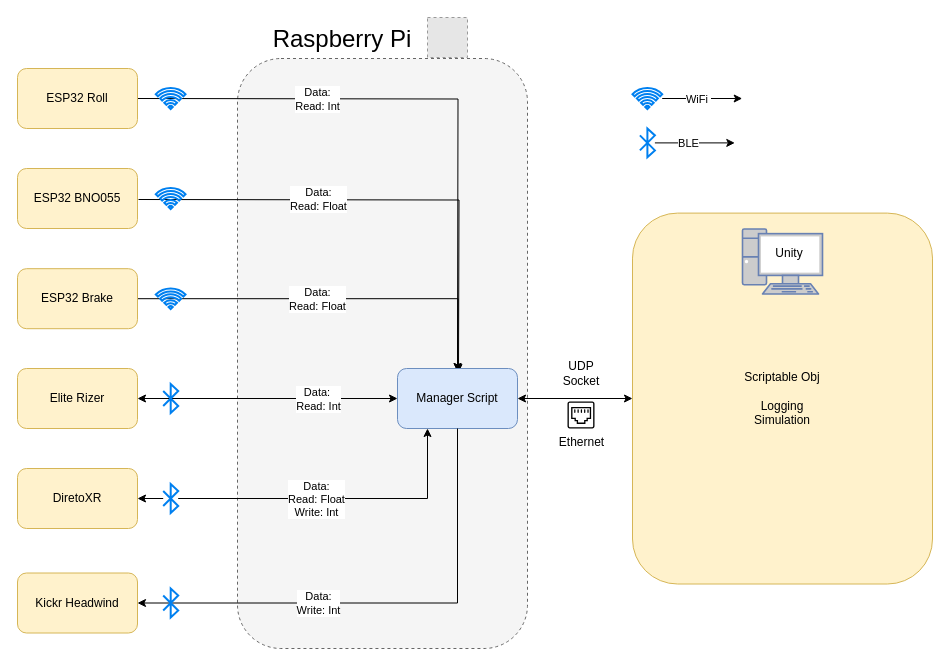
Earlier version of the draw.io diagram Architecture_BicycleSimulator.drawio (DaveBsns/SimulatorRaspberry). Source tidied: cells renumbered, new cells numbered last; positions are measured from the earlier drawing's top-left corner, leaving out a move shared by most shapes. Both pictures are drawn from the tidied source at 100%, with x=0, y=0 at pixel (17, 17). Pictures stored in the file or linked from it are replaced by grey dashed boxes.
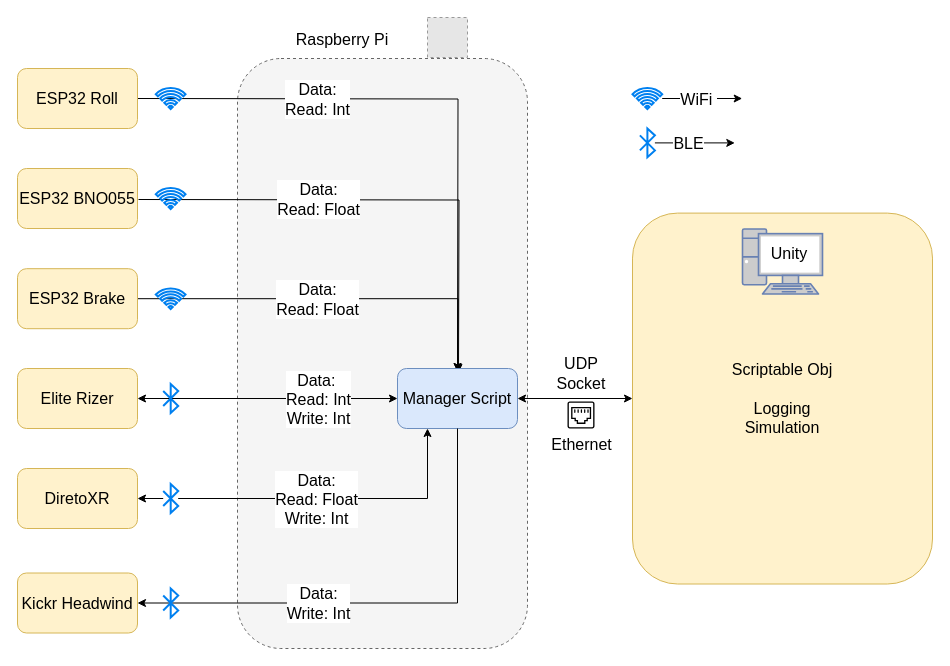
Above is the later version.

The edit, as a diff of the source:
```diff
@@
-    <mxCell id="2" style="rounded=1;whiteSpace=wrap;html=1;align=left;dashed=1;fillColor=#f5f5f5;fontColor=#333333;strokeColor=#666666;" parent="1" vertex="1">
+    <mxCell id="2" style="rounded=1;whiteSpace=wrap;html=1;align=left;dashed=1;fillColor=#f5f5f5;fontColor=#333333;strokeColor=#666666;fontSize=16;" parent="1" vertex="1">
       <mxGeometry x="220" y="41" width="290" height="590" as="geometry" />
     </mxCell>
-    <mxCell id="3" style="edgeStyle=orthogonalEdgeStyle;rounded=0;jettySize=auto;html=1;exitX=1;exitY=0.5;exitDx=0;exitDy=0;" parent="1" edge="1" source="5">
+    <mxCell id="3" style="edgeStyle=orthogonalEdgeStyle;rounded=0;jettySize=auto;html=1;exitX=1;exitY=0.5;exitDx=0;exitDy=0;fontSize=16;" parent="1" edge="1" source="5">
       <mxGeometry relative="1" as="geometry">
         <mxPoint x="440" y="354" as="targetPoint" />
       </mxGeometry>
     </mxCell>
-    <mxCell id="4" value="Data:&lt;br&gt;Read: Float" style="edgeLabel;html=1;align=center;verticalAlign=middle;" parent="3" vertex="1">
+    <mxCell id="4" value="Data:&lt;br style=&quot;font-size: 16px;&quot;&gt;Read: Float" style="edgeLabel;html=1;align=center;verticalAlign=middle;fontSize=16;" parent="3" vertex="1">
       <mxGeometry x="-0.45" y="2" relative="1" as="geometry">
         <mxPoint x="71" y="2" as="offset" />
       </mxGeometry>
     </mxCell>
-    <mxCell id="5" value="ESP32 Brake" style="rounded=1;whiteSpace=wrap;html=1;fillColor=#fff2cc;strokeColor=#d6b656;" parent="1" vertex="1">
+    <mxCell id="5" value="ESP32 Brake" style="rounded=1;whiteSpace=wrap;html=1;fillColor=#fff2cc;strokeColor=#d6b656;fontSize=16;" parent="1" vertex="1">
       <mxGeometry y="251.2" width="120" height="60" as="geometry" />
     </mxCell>
-    <mxCell id="6" style="edgeStyle=orthogonalEdgeStyle;rounded=0;orthogonalLoop=1;jettySize=auto;html=1;exitX=1;exitY=0.5;exitDx=0;exitDy=0;entryX=0.5;entryY=0;entryDx=0;entryDy=0;" parent="1" edge="1">
+    <mxCell id="6" style="edgeStyle=orthogonalEdgeStyle;rounded=0;orthogonalLoop=1;jettySize=auto;html=1;exitX=1;exitY=0.5;exitDx=0;exitDy=0;entryX=0.5;entryY=0;entryDx=0;entryDy=0;fontSize=16;" parent="1" edge="1">
       <mxGeometry relative="1" as="geometry">
         <mxPoint x="121" y="182" as="sourcePoint" />
         <mxPoint x="441" y="355" as="targetPoint" />
       </mxGeometry>
     </mxCell>
-    <mxCell id="7" value="Data:&lt;br&gt;Read: Float" style="edgeLabel;html=1;align=center;verticalAlign=middle;" parent="6" vertex="1">
+    <mxCell id="7" value="Data:&lt;br style=&quot;font-size: 16px;&quot;&gt;Read: Float" style="edgeLabel;html=1;align=center;verticalAlign=middle;fontSize=16;" parent="6" vertex="1">
       <mxGeometry x="-0.28" y="-2" relative="1" as="geometry">
         <mxPoint x="3" y="-3" as="offset" />
       </mxGeometry>
     </mxCell>
-    <mxCell id="8" value="ESP32 BNO055" style="rounded=1;whiteSpace=wrap;html=1;fillColor=#fff2cc;strokeColor=#d6b656;" parent="1" vertex="1">
+    <mxCell id="8" value="ESP32 BNO055" style="rounded=1;whiteSpace=wrap;html=1;fillColor=#fff2cc;strokeColor=#d6b656;fontSize=16;" parent="1" vertex="1">
       <mxGeometry y="151" width="120" height="60" as="geometry" />
     </mxCell>
-    <mxCell id="9" style="edgeStyle=orthogonalEdgeStyle;rounded=0;jettySize=auto;html=1;exitX=1;exitY=0.5;exitDx=0;exitDy=0;entryX=0;entryY=0.5;entryDx=0;entryDy=0;startArrow=classic;startFill=1;" parent="1" edge="1" source="11" target="19">
+    <mxCell id="9" style="edgeStyle=orthogonalEdgeStyle;rounded=0;jettySize=auto;html=1;exitX=1;exitY=0.5;exitDx=0;exitDy=0;entryX=0;entryY=0.5;entryDx=0;entryDy=0;startArrow=classic;startFill=1;fontSize=16;" parent="1" edge="1" source="11" target="19">
       <mxGeometry relative="1" as="geometry" />
     </mxCell>
-    <mxCell id="10" value="Data:&amp;nbsp;&lt;br&gt;Read: Int" style="edgeLabel;html=1;align=center;verticalAlign=middle;" parent="9" vertex="1">
+    <mxCell id="10" value="Data:&amp;nbsp;&lt;br style=&quot;font-size: 16px;&quot;&gt;Read: Int&lt;br style=&quot;font-size: 16px;&quot;&gt;Write: Int" style="edgeLabel;html=1;align=center;verticalAlign=middle;fontSize=16;" parent="9" vertex="1">
       <mxGeometry x="-0.14" y="-2" relative="1" as="geometry">
         <mxPoint x="68" y="-2" as="offset" />
       </mxGeometry>
     </mxCell>
-    <mxCell id="11" value="Elite Rizer" style="rounded=1;whiteSpace=wrap;html=1;fillColor=#fff2cc;strokeColor=#d6b656;" parent="1" vertex="1">
+    <mxCell id="11" value="Elite Rizer" style="rounded=1;whiteSpace=wrap;html=1;fillColor=#fff2cc;strokeColor=#d6b656;fontSize=16;" parent="1" vertex="1">
       <mxGeometry y="351" width="120" height="60" as="geometry" />
     </mxCell>
-    <mxCell id="12" style="html=1;verticalLabelPosition=bottom;align=center;labelBackgroundColor=#ffffff;verticalAlign=top;strokeWidth=2;strokeColor=#0080F0;shadow=0;dashed=0;shape=mxgraph.ios7.icons.bluetooth;" parent="1" vertex="1">
+    <mxCell id="12" style="html=1;verticalLabelPosition=bottom;align=center;labelBackgroundColor=#ffffff;verticalAlign=top;strokeWidth=2;strokeColor=#0080F0;shadow=0;dashed=0;shape=mxgraph.ios7.icons.bluetooth;fontSize=16;" parent="1" vertex="1">
       <mxGeometry x="145.7" y="366.6" width="15" height="28.8" as="geometry" />
     </mxCell>
-    <mxCell id="13" style="html=1;verticalLabelPosition=bottom;align=center;labelBackgroundColor=#ffffff;verticalAlign=top;strokeWidth=2;strokeColor=#0080F0;shadow=0;dashed=0;shape=mxgraph.ios7.icons.wifi;" parent="1" vertex="1">
+    <mxCell id="13" style="html=1;verticalLabelPosition=bottom;align=center;labelBackgroundColor=#ffffff;verticalAlign=top;strokeWidth=2;strokeColor=#0080F0;shadow=0;dashed=0;shape=mxgraph.ios7.icons.wifi;fontSize=16;" parent="1" vertex="1">
       <mxGeometry x="138.3" y="170.5" width="29.7" height="21" as="geometry" />
     </mxCell>
-    <mxCell id="14" value="DiretoXR" style="rounded=1;whiteSpace=wrap;html=1;fillColor=#fff2cc;strokeColor=#d6b656;" parent="1" vertex="1">
+    <mxCell id="14" value="DiretoXR" style="rounded=1;whiteSpace=wrap;html=1;fillColor=#fff2cc;strokeColor=#d6b656;fontSize=16;" parent="1" vertex="1">
       <mxGeometry y="451" width="120" height="60" as="geometry" />
     </mxCell>
-    <mxCell id="15" style="edgeStyle=orthogonalEdgeStyle;rounded=0;orthogonalLoop=1;jettySize=auto;html=1;exitX=1;exitY=0.5;exitDx=0;exitDy=0;" parent="1" edge="1">
+    <mxCell id="15" style="edgeStyle=orthogonalEdgeStyle;rounded=0;orthogonalLoop=1;jettySize=auto;html=1;exitX=1;exitY=0.5;exitDx=0;exitDy=0;fontSize=16;" parent="1" edge="1">
       <mxGeometry relative="1" as="geometry">
         <mxPoint x="120" y="81" as="sourcePoint" />
         <mxPoint x="440" y="354" as="targetPoint" />
       </mxGeometry>
     </mxCell>
-    <mxCell id="16" value="Data:&lt;br&gt;Read: Int" style="edgeLabel;html=1;align=center;verticalAlign=middle;" parent="15" vertex="1">
+    <mxCell id="16" value="Data:&lt;br style=&quot;font-size: 16px;&quot;&gt;Read: Int" style="edgeLabel;html=1;align=center;verticalAlign=middle;fontSize=16;" parent="15" vertex="1">
       <mxGeometry x="-0.54" y="2" relative="1" as="geometry">
         <mxPoint x="43" y="2" as="offset" />
       </mxGeometry>
     </mxCell>
-    <mxCell id="17" value="ESP32 Roll" style="rounded=1;whiteSpace=wrap;html=1;fillColor=#fff2cc;strokeColor=#d6b656;" parent="1" vertex="1">
+    <mxCell id="17" value="ESP32 Roll" style="rounded=1;whiteSpace=wrap;html=1;fillColor=#fff2cc;strokeColor=#d6b656;fontSize=16;" parent="1" vertex="1">
       <mxGeometry y="51" width="120" height="60" as="geometry" />
     </mxCell>
-    <mxCell id="18" style="edgeStyle=orthogonalEdgeStyle;rounded=0;jettySize=auto;html=1;exitX=1;exitY=0.5;exitDx=0;exitDy=0;startArrow=classic;startFill=1;" parent="1" edge="1" source="19" target="20">
+    <mxCell id="18" style="edgeStyle=orthogonalEdgeStyle;rounded=0;jettySize=auto;html=1;exitX=1;exitY=0.5;exitDx=0;exitDy=0;startArrow=classic;startFill=1;fontSize=16;" parent="1" edge="1" source="19" target="20">
       <mxGeometry relative="1" as="geometry" />
     </mxCell>
-    <mxCell id="19" value="Manager Script" style="rounded=1;whiteSpace=wrap;html=1;fillColor=#dae8fc;strokeColor=#6c8ebf;" parent="1" vertex="1">
+    <mxCell id="19" value="Manager Script" style="rounded=1;whiteSpace=wrap;html=1;fillColor=#dae8fc;strokeColor=#6c8ebf;fontSize=16;" parent="1" vertex="1">
       <mxGeometry x="380" y="351" width="120" height="60" as="geometry" />
     </mxCell>
-    <mxCell id="20" value="Scriptable Obj&lt;br&gt;&lt;br&gt;Logging&lt;br&gt;Simulation" style="rounded=1;whiteSpace=wrap;html=1;fillColor=#fff2cc;strokeColor=#d6b656;" parent="1" vertex="1">
+    <mxCell id="20" value="Scriptable Obj&lt;br style=&quot;font-size: 16px;&quot;&gt;&lt;br style=&quot;font-size: 16px;&quot;&gt;Logging&lt;br style=&quot;font-size: 16px;&quot;&gt;Simulation" style="rounded=1;whiteSpace=wrap;html=1;fillColor=#fff2cc;strokeColor=#d6b656;fontSize=16;" parent="1" vertex="1">
       <mxGeometry x="615" y="195.6" width="300" height="370.9" as="geometry" />
     </mxCell>
-    <mxCell id="21" style="fontColor=#0066CC;verticalAlign=top;verticalLabelPosition=bottom;labelPosition=center;align=center;html=1;fillColor=#CCCCCC;strokeColor=#6881B3;gradientColor=none;gradientDirection=north;strokeWidth=2;shape=mxgraph.networks.pc;" parent="1" vertex="1">
+    <mxCell id="21" style="fontColor=#0066CC;verticalAlign=top;verticalLabelPosition=bottom;labelPosition=center;align=center;html=1;fillColor=#CCCCCC;strokeColor=#6881B3;gradientColor=none;gradientDirection=north;strokeWidth=2;shape=mxgraph.networks.pc;fontSize=16;" parent="1" vertex="1">
       <mxGeometry x="725" y="211.5" width="80" height="65" as="geometry" />
     </mxCell>
-    <mxCell id="22" style="edgeStyle=orthogonalEdgeStyle;rounded=0;jettySize=auto;html=1;exitX=1;exitY=0.5;exitDx=0;exitDy=0;startArrow=classic;startFill=1;endArrow=none;endFill=0;entryX=0.5;entryY=1;entryDx=0;entryDy=0;" parent="1" edge="1" source="24" target="19">
+    <mxCell id="22" style="edgeStyle=orthogonalEdgeStyle;rounded=0;jettySize=auto;html=1;exitX=1;exitY=0.5;exitDx=0;exitDy=0;startArrow=classic;startFill=1;endArrow=none;endFill=0;entryX=0.5;entryY=1;entryDx=0;entryDy=0;fontSize=16;" parent="1" edge="1" source="24" target="19">
       <mxGeometry relative="1" as="geometry" />
     </mxCell>
-    <mxCell id="23" value="Data:&lt;br&gt;Write: Int" style="edgeLabel;html=1;align=center;verticalAlign=middle;" parent="22" vertex="1">
+    <mxCell id="23" value="Data:&lt;br style=&quot;font-size: 16px;&quot;&gt;Write: Int" style="edgeLabel;html=1;align=center;verticalAlign=middle;fontSize=16;" parent="22" vertex="1">
       <mxGeometry x="0.54" y="-4" relative="1" as="geometry">
         <mxPoint x="-144" y="61" as="offset" />
       </mxGeometry>
     </mxCell>
-    <mxCell id="24" value="Kickr Headwind" style="rounded=1;whiteSpace=wrap;html=1;fillColor=#fff2cc;strokeColor=#d6b656;" parent="1" vertex="1">
+    <mxCell id="24" value="Kickr Headwind" style="rounded=1;whiteSpace=wrap;html=1;fillColor=#fff2cc;strokeColor=#d6b656;fontSize=16;" parent="1" vertex="1">
       <mxGeometry y="555.5" width="120" height="60" as="geometry" />
     </mxCell>
-    <mxCell id="25" style="html=1;verticalLabelPosition=bottom;align=center;labelBackgroundColor=#ffffff;verticalAlign=top;strokeWidth=2;strokeColor=#0080F0;shadow=0;dashed=0;shape=mxgraph.ios7.icons.wifi;" parent="1" vertex="1">
+    <mxCell id="25" style="html=1;verticalLabelPosition=bottom;align=center;labelBackgroundColor=#ffffff;verticalAlign=top;strokeWidth=2;strokeColor=#0080F0;shadow=0;dashed=0;shape=mxgraph.ios7.icons.wifi;fontSize=16;" parent="1" vertex="1">
       <mxGeometry x="138.3" y="271" width="29.7" height="20.5" as="geometry" />
     </mxCell>
-    <mxCell id="26" style="fillColor=#E6E6E6;strokeColor=#999999;dashed=1;html=1;verticalAlign=top;verticalLabelPosition=bottom;labelBackgroundColor=#ffffff;" parent="1" vertex="1">
+    <mxCell id="26" style="fillColor=#E6E6E6;strokeColor=#999999;dashed=1;html=1;verticalAlign=top;verticalLabelPosition=bottom;labelBackgroundColor=#ffffff;fontSize=16;" parent="1" vertex="1">
       <mxGeometry x="410" width="40" height="40" as="geometry" />
     </mxCell>
-    <mxCell id="27" style="html=1;verticalLabelPosition=bottom;align=center;labelBackgroundColor=#ffffff;verticalAlign=top;strokeWidth=2;strokeColor=#0080F0;shadow=0;dashed=0;shape=mxgraph.ios7.icons.wifi;" parent="1" vertex="1">
+    <mxCell id="27" style="html=1;verticalLabelPosition=bottom;align=center;labelBackgroundColor=#ffffff;verticalAlign=top;strokeWidth=2;strokeColor=#0080F0;shadow=0;dashed=0;shape=mxgraph.ios7.icons.wifi;fontSize=16;" parent="1" vertex="1">
       <mxGeometry x="138.3" y="70.5" width="29.7" height="21" as="geometry" />
     </mxCell>
-    <mxCell id="28" style="html=1;verticalLabelPosition=bottom;align=center;labelBackgroundColor=#ffffff;verticalAlign=top;strokeWidth=2;strokeColor=#0080F0;shadow=0;dashed=0;shape=mxgraph.ios7.icons.bluetooth;" parent="1" vertex="1">
+    <mxCell id="28" style="html=1;verticalLabelPosition=bottom;align=center;labelBackgroundColor=#ffffff;verticalAlign=top;strokeWidth=2;strokeColor=#0080F0;shadow=0;dashed=0;shape=mxgraph.ios7.icons.bluetooth;fontSize=16;" parent="1" vertex="1">
       <mxGeometry x="145.7" y="571.1" width="15" height="28.8" as="geometry" />
     </mxCell>
-    <mxCell id="29" style="edgeStyle=orthogonalEdgeStyle;rounded=0;jettySize=auto;html=1;" parent="1" edge="1" source="32" target="14">
+    <mxCell id="29" style="edgeStyle=orthogonalEdgeStyle;rounded=0;jettySize=auto;html=1;fontSize=16;" parent="1" edge="1" source="32" target="14">
       <mxGeometry relative="1" as="geometry" />
     </mxCell>
-    <mxCell id="30" style="edgeStyle=orthogonalEdgeStyle;rounded=0;jettySize=auto;html=1;entryX=0.25;entryY=1;entryDx=0;entryDy=0;" parent="1" edge="1" source="32" target="19">
+    <mxCell id="30" style="edgeStyle=orthogonalEdgeStyle;rounded=0;jettySize=auto;html=1;entryX=0.25;entryY=1;entryDx=0;entryDy=0;fontSize=16;" parent="1" edge="1" source="32" target="19">
       <mxGeometry relative="1" as="geometry">
         <Array as="points">
           <mxPoint x="410" y="481" />
         </Array>
       </mxGeometry>
     </mxCell>
-    <mxCell id="31" value="Data:&lt;br&gt;Read: Float&lt;br&gt;Write: Int" style="edgeLabel;html=1;align=center;verticalAlign=middle;" parent="30" vertex="1">
+    <mxCell id="31" value="Data:&lt;br style=&quot;font-size: 16px;&quot;&gt;Read: Float&lt;br style=&quot;font-size: 16px;&quot;&gt;Write: Int" style="edgeLabel;html=1;align=center;verticalAlign=middle;fontSize=16;" parent="30" vertex="1">
       <mxGeometry x="-0.38" y="1" relative="1" as="geometry">
         <mxPoint x="39" y="1" as="offset" />
       </mxGeometry>
     </mxCell>
-    <mxCell id="32" style="html=1;verticalLabelPosition=bottom;align=center;labelBackgroundColor=#ffffff;verticalAlign=top;strokeWidth=2;strokeColor=#0080F0;shadow=0;dashed=0;shape=mxgraph.ios7.icons.bluetooth;" parent="1" vertex="1">
+    <mxCell id="32" style="html=1;verticalLabelPosition=bottom;align=center;labelBackgroundColor=#ffffff;verticalAlign=top;strokeWidth=2;strokeColor=#0080F0;shadow=0;dashed=0;shape=mxgraph.ios7.icons.bluetooth;fontSize=16;" parent="1" vertex="1">
       <mxGeometry x="145.7" y="466.6" width="15" height="28.8" as="geometry" />
     </mxCell>
-    <mxCell id="33" style="edgeStyle=orthogonalEdgeStyle;rounded=0;jettySize=auto;html=1;" parent="1" edge="1" source="35">
+    <mxCell id="33" style="edgeStyle=orthogonalEdgeStyle;rounded=0;jettySize=auto;html=1;fontSize=16;" parent="1" edge="1" source="35">
       <mxGeometry relative="1" as="geometry">
         <mxPoint x="724.7" y="81" as="targetPoint" />
       </mxGeometry>
     </mxCell>
-    <mxCell id="34" value="WiFi&amp;nbsp;" style="edgeLabel;html=1;align=center;verticalAlign=middle;" parent="33" vertex="1">
+    <mxCell id="34" value="WiFi&amp;nbsp;" style="edgeLabel;html=1;align=center;verticalAlign=middle;fontSize=16;" parent="33" vertex="1">
       <mxGeometry x="-0.04" y="3" relative="1" as="geometry">
         <mxPoint x="-3" y="3" as="offset" />
       </mxGeometry>
     </mxCell>
-    <mxCell id="35" style="html=1;verticalLabelPosition=bottom;align=center;labelBackgroundColor=#ffffff;verticalAlign=top;strokeWidth=2;strokeColor=#0080F0;shadow=0;dashed=0;shape=mxgraph.ios7.icons.wifi;" parent="1" vertex="1">
+    <mxCell id="35" style="html=1;verticalLabelPosition=bottom;align=center;labelBackgroundColor=#ffffff;verticalAlign=top;strokeWidth=2;strokeColor=#0080F0;shadow=0;dashed=0;shape=mxgraph.ios7.icons.wifi;fontSize=16;" parent="1" vertex="1">
       <mxGeometry x="615" y="70.5" width="29.7" height="21" as="geometry" />
     </mxCell>
-    <mxCell id="36" style="edgeStyle=orthogonalEdgeStyle;rounded=0;jettySize=auto;html=1;" parent="1" edge="1" source="38">
+    <mxCell id="36" style="edgeStyle=orthogonalEdgeStyle;rounded=0;jettySize=auto;html=1;fontSize=16;" parent="1" edge="1" source="38">
       <mxGeometry relative="1" as="geometry">
         <mxPoint x="717.3" y="125.4" as="targetPoint" />
       </mxGeometry>
     </mxCell>
-    <mxCell id="37" value="BLE" style="edgeLabel;html=1;align=center;verticalAlign=middle;" parent="36" vertex="1">
+    <mxCell id="37" value="BLE" style="edgeLabel;html=1;align=center;verticalAlign=middle;fontSize=16;" parent="36" vertex="1">
       <mxGeometry x="-0.25" y="-4" relative="1" as="geometry">
         <mxPoint x="3" y="-4" as="offset" />
       </mxGeometry>
     </mxCell>
-    <mxCell id="38" style="html=1;verticalLabelPosition=bottom;align=center;labelBackgroundColor=#ffffff;verticalAlign=top;strokeWidth=2;strokeColor=#0080F0;shadow=0;dashed=0;shape=mxgraph.ios7.icons.bluetooth;" parent="1" vertex="1">
+    <mxCell id="38" style="html=1;verticalLabelPosition=bottom;align=center;labelBackgroundColor=#ffffff;verticalAlign=top;strokeWidth=2;strokeColor=#0080F0;shadow=0;dashed=0;shape=mxgraph.ios7.icons.bluetooth;fontSize=16;" parent="1" vertex="1">
       <mxGeometry x="622.4" y="111" width="15" height="28.8" as="geometry" />
     </mxCell>
-    <mxCell id="39" value="Unity" style="text;html=1;strokeColor=none;fillColor=none;align=center;verticalAlign=middle;whiteSpace=wrap;rounded=0;" parent="1" vertex="1">
+    <mxCell id="39" value="Unity" style="text;html=1;strokeColor=none;fillColor=none;align=center;verticalAlign=middle;whiteSpace=wrap;rounded=0;fontSize=16;" parent="1" vertex="1">
       <mxGeometry x="742" y="220.9" width="60" height="30" as="geometry" />
     </mxCell>
-    <mxCell id="40" value="Ethernet" style="shadow=0;dashed=0;html=1;strokeColor=none;fillColor=#000000;labelPosition=center;verticalLabelPosition=bottom;verticalAlign=top;align=center;shape=mxgraph.vvd.ethernet_port;fillStyle=auto;" parent="1" vertex="1">
+    <mxCell id="40" value="Ethernet" style="shadow=0;dashed=0;html=1;strokeColor=none;fillColor=#000000;labelPosition=center;verticalLabelPosition=bottom;verticalAlign=top;align=center;shape=mxgraph.vvd.ethernet_port;fillStyle=auto;fontSize=16;" parent="1" vertex="1">
       <mxGeometry x="550" y="384" width="27" height="27" as="geometry" />
     </mxCell>
-    <mxCell id="41" value="UDP Socket" style="text;html=1;strokeColor=none;fillColor=none;align=center;verticalAlign=middle;whiteSpace=wrap;rounded=0;" parent="1" vertex="1">
+    <mxCell id="41" value="UDP Socket" style="text;html=1;strokeColor=none;fillColor=none;align=center;verticalAlign=middle;whiteSpace=wrap;rounded=0;fontSize=16;" parent="1" vertex="1">
       <mxGeometry x="533.5" y="341" width="60" height="30" as="geometry" />
     </mxCell>
-    <mxCell id="42" value="&lt;font style=&quot;font-size: 24px;&quot;&gt;Raspberry Pi&lt;/font&gt;" style="text;html=1;strokeColor=none;fillColor=none;align=center;verticalAlign=middle;whiteSpace=wrap;rounded=0;" parent="1" vertex="1">
+    <mxCell id="42" value="&lt;font style=&quot;font-size: 16px;&quot;&gt;Raspberry Pi&lt;/font&gt;" style="text;html=1;strokeColor=none;fillColor=none;align=center;verticalAlign=middle;whiteSpace=wrap;rounded=0;fontSize=16;" parent="1" vertex="1">
       <mxGeometry x="240" y="7" width="170" height="30" as="geometry" />
     </mxCell>
```
